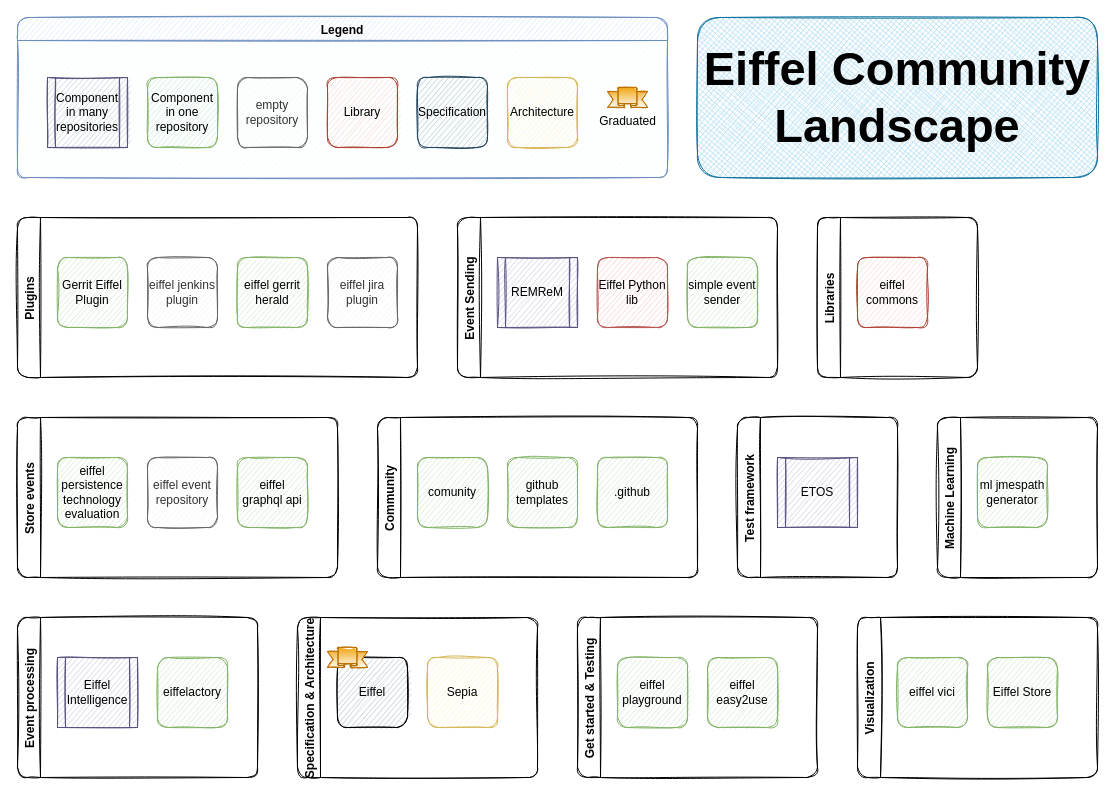
This is landscape/landscape.drawio from eiffel-community/eiffel-sepia, a draw.io file, before an edit. Source tidied: cells renumbered, new cells numbered last; positions are measured from the earlier drawing's top-left corner, leaving out a move shared by most shapes. Both pictures are drawn from the tidied source at 100%, with x=0, y=0 at pixel (17, 17).
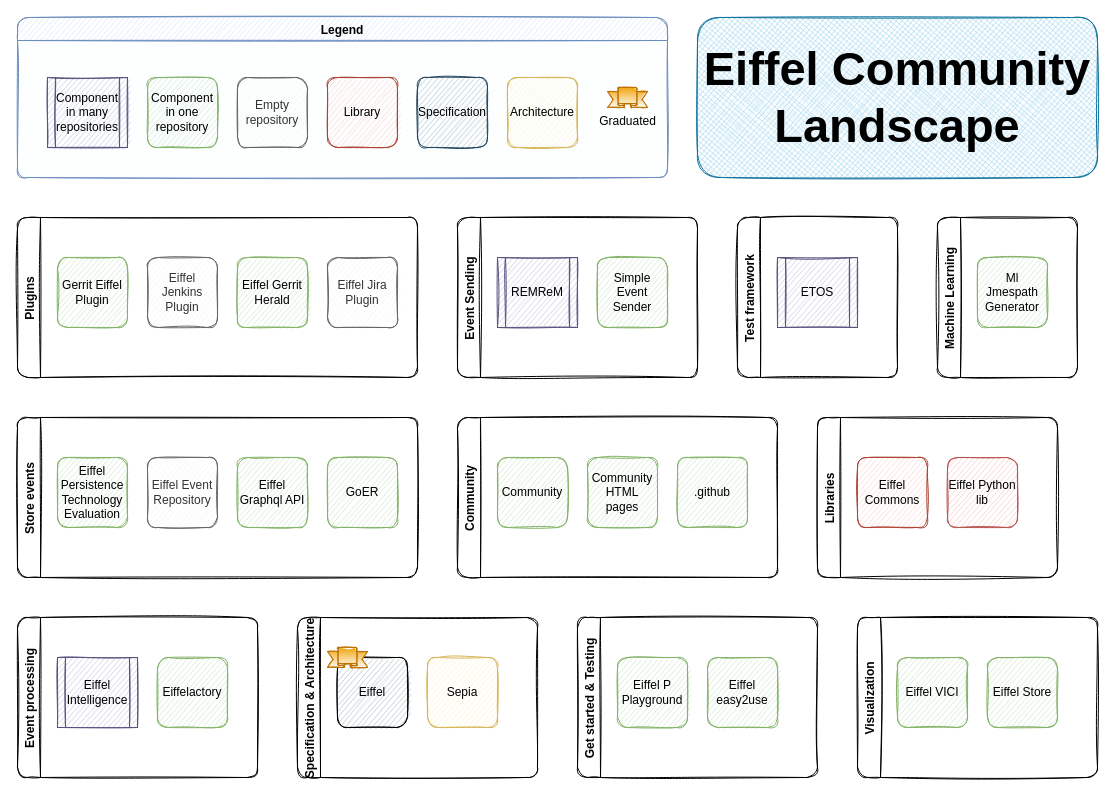
The same page after the edit.

Commit message (it also covers changes not shown here):
Fix capitalization and add GoER

The change refers to these unchanged cells:
```xml
<mxCell id="7" value="Plugins" style="swimlane;horizontal=0;rounded=1;sketch=1;" parent="1" vertex="1">
  <mxGeometry y="200" width="400" height="160" as="geometry" />
</mxCell>
<mxCell id="19" value="Get started &amp; Testing" style="swimlane;horizontal=0;rounded=1;sketch=1;" parent="1" vertex="1">
  <mxGeometry x="560" y="600" width="240" height="160" as="geometry" />
</mxCell>
<mxCell id="24" value="Visualization" style="swimlane;horizontal=0;rounded=1;sketch=1;" parent="1" vertex="1">
  <mxGeometry x="840" y="600" width="240" height="160" as="geometry" />
</mxCell>
<mxCell id="27" value="Event processing" style="swimlane;horizontal=0;rounded=1;sketch=1;" parent="1" vertex="1">
  <mxGeometry y="600" width="240" height="160" as="geometry" />
</mxCell>
<mxCell id="38" value="Legend" style="swimlane;rounded=1;sketch=1;glass=0;shadow=0;fillColor=#dae8fc;strokeColor=#6c8ebf;swimlaneFillColor=#F0FCFF;" parent="1" vertex="1">
  <mxGeometry width="650" height="160" as="geometry" />
</mxCell>
```

Change to the diagram source:
```diff
@@
     <mxCell id="3" value="Store events" style="swimlane;horizontal=0;rounded=1;sketch=1;" parent="1" vertex="1">
-      <mxGeometry y="400" width="320" height="160" as="geometry" />
+      <mxGeometry y="400" width="400" height="160" as="geometry" />
     </mxCell>
-    <mxCell id="4" value="eiffel persistence technology evaluation" style="whiteSpace=wrap;html=1;sketch=1;rounded=1;fillColor=#d5e8d4;strokeColor=#82b366;" parent="3" vertex="1">
+    <mxCell id="4" value="Eiffel Persistence Technology Evaluation" style="whiteSpace=wrap;html=1;sketch=1;rounded=1;fillColor=#d5e8d4;strokeColor=#82b366;" parent="3" vertex="1">
       <mxGeometry x="40" y="40" width="70" height="70" as="geometry" />
     </mxCell>
-    <mxCell id="5" value="eiffel event repository" style="whiteSpace=wrap;html=1;sketch=1;rounded=1;fillColor=#f5f5f5;strokeColor=#666666;fontColor=#333333;" parent="3" vertex="1">
+    <mxCell id="5" value="Eiffel Event Repository" style="whiteSpace=wrap;html=1;sketch=1;rounded=1;fillColor=#f5f5f5;strokeColor=#666666;fontColor=#333333;" parent="3" vertex="1">
       <mxGeometry x="130" y="40" width="70" height="70" as="geometry" />
     </mxCell>
-    <mxCell id="6" value="eiffel graphql api" style="whiteSpace=wrap;html=1;sketch=1;rounded=1;fillColor=#d5e8d4;strokeColor=#82b366;" parent="3" vertex="1">
+    <mxCell id="6" value="Eiffel Graphql API" style="whiteSpace=wrap;html=1;sketch=1;rounded=1;fillColor=#d5e8d4;strokeColor=#82b366;" parent="3" vertex="1">
       <mxGeometry x="220" y="40" width="70" height="70" as="geometry" />
     </mxCell>
+    <mxCell id="47" value="GoER" style="whiteSpace=wrap;html=1;sketch=1;rounded=1;fillColor=#d5e8d4;strokeColor=#82b366;" parent="3" vertex="1">
+      <mxGeometry x="310" y="40" width="70" height="70" as="geometry" />
+    </mxCell>
@@
-    <mxCell id="9" value="eiffel gerrit herald" style="whiteSpace=wrap;html=1;sketch=1;rounded=1;fillColor=#d5e8d4;strokeColor=#82b366;" parent="7" vertex="1">
+    <mxCell id="9" value="Eiffel Gerrit Herald" style="whiteSpace=wrap;html=1;sketch=1;rounded=1;fillColor=#d5e8d4;strokeColor=#82b366;" parent="7" vertex="1">
       <mxGeometry x="220" y="40" width="70" height="70" as="geometry" />
     </mxCell>
-    <mxCell id="10" value="eiffel jenkins plugin" style="whiteSpace=wrap;html=1;sketch=1;rounded=1;fillColor=#f5f5f5;strokeColor=#666666;fontColor=#333333;" parent="7" vertex="1">
+    <mxCell id="10" value="Eiffel Jenkins Plugin" style="whiteSpace=wrap;html=1;sketch=1;rounded=1;fillColor=#f5f5f5;strokeColor=#666666;fontColor=#333333;" parent="7" vertex="1">
       <mxGeometry x="130" y="40" width="70" height="70" as="geometry" />
     </mxCell>
-    <mxCell id="11" value="eiffel jira plugin" style="whiteSpace=wrap;html=1;sketch=1;rounded=1;fillColor=#f5f5f5;strokeColor=#666666;fontColor=#333333;" parent="7" vertex="1">
+    <mxCell id="11" value="Eiffel Jira Plugin" style="whiteSpace=wrap;html=1;sketch=1;rounded=1;fillColor=#f5f5f5;strokeColor=#666666;fontColor=#333333;" parent="7" vertex="1">
       <mxGeometry x="310" y="40" width="70" height="70" as="geometry" />
     </mxCell>
@@
     <mxCell id="15" value="Event Sending" style="swimlane;horizontal=0;rounded=1;sketch=1;glass=0;shadow=0;" parent="1" vertex="1">
-      <mxGeometry x="440" y="200" width="320" height="160" as="geometry" />
+      <mxGeometry x="440" y="200" width="240" height="160" as="geometry" />
     </mxCell>
@@
-    <mxCell id="17" value="&lt;div&gt;Eiffel Python lib&lt;/div&gt;" style="whiteSpace=wrap;html=1;sketch=1;rounded=1;fillColor=#f8cecc;strokeColor=#b85450;" parent="15" vertex="1">
-      <mxGeometry x="140" y="40" width="70" height="70" as="geometry" />
-    </mxCell>
-    <mxCell id="18" value="&lt;div&gt;simple event sender &lt;br&gt;&lt;/div&gt;" style="whiteSpace=wrap;html=1;sketch=1;rounded=1;fillColor=#d5e8d4;strokeColor=#82b366;" parent="15" vertex="1">
-      <mxGeometry x="230" y="40" width="70" height="70" as="geometry" />
+    <mxCell id="18" value="&lt;div&gt;Simple Event Sender &lt;br&gt;&lt;/div&gt;" style="whiteSpace=wrap;html=1;sketch=1;rounded=1;fillColor=#d5e8d4;strokeColor=#82b366;" parent="15" vertex="1">
+      <mxGeometry x="140" y="40" width="70" height="70" as="geometry" />
     </mxCell>
@@
-    <mxCell id="20" value="eiffel playground" style="whiteSpace=wrap;html=1;sketch=1;rounded=1;fillColor=#d5e8d4;strokeColor=#82b366;" parent="19" vertex="1">
+    <mxCell id="20" value="Eiffel P&lt;br&gt;Playground" style="whiteSpace=wrap;html=1;sketch=1;rounded=1;fillColor=#d5e8d4;strokeColor=#82b366;" parent="19" vertex="1">
       <mxGeometry x="40" y="40" width="70" height="70" as="geometry" />
     </mxCell>
-    <mxCell id="21" value="eiffel easy2use" style="whiteSpace=wrap;html=1;sketch=1;rounded=1;fillColor=#d5e8d4;strokeColor=#82b366;" parent="19" vertex="1">
+    <mxCell id="21" value="Eiffel easy2use" style="whiteSpace=wrap;html=1;sketch=1;rounded=1;fillColor=#d5e8d4;strokeColor=#82b366;" parent="19" vertex="1">
       <mxGeometry x="130" y="40" width="70" height="70" as="geometry" />
     </mxCell>
     <mxCell id="22" value="Machine Learning" style="swimlane;horizontal=0;rounded=1;sketch=1;" parent="1" vertex="1">
-      <mxGeometry x="920" y="400" width="160" height="160" as="geometry" />
+      <mxGeometry x="920" y="200" width="140" height="160" as="geometry" />
     </mxCell>
-    <mxCell id="23" value="ml jmespath generator" style="whiteSpace=wrap;html=1;sketch=1;rounded=1;fillColor=#d5e8d4;strokeColor=#82b366;" parent="22" vertex="1">
+    <mxCell id="23" value="Ml Jmespath Generator" style="whiteSpace=wrap;html=1;sketch=1;rounded=1;fillColor=#d5e8d4;strokeColor=#82b366;" parent="22" vertex="1">
       <mxGeometry x="40" y="40" width="70" height="70" as="geometry" />
     </mxCell>
@@
-    <mxCell id="25" value="eiffel vici" style="whiteSpace=wrap;html=1;sketch=1;rounded=1;fillColor=#d5e8d4;strokeColor=#82b366;" parent="24" vertex="1">
+    <mxCell id="25" value="Eiffel VICI" style="whiteSpace=wrap;html=1;sketch=1;rounded=1;fillColor=#d5e8d4;strokeColor=#82b366;" parent="24" vertex="1">
       <mxGeometry x="40" y="40" width="70" height="70" as="geometry" />
     </mxCell>
@@
-    <mxCell id="29" value="eiffelactory" style="whiteSpace=wrap;html=1;sketch=1;rounded=1;fillColor=#d5e8d4;strokeColor=#82b366;" parent="27" vertex="1">
+    <mxCell id="29" value="Eiffelactory" style="whiteSpace=wrap;html=1;sketch=1;rounded=1;fillColor=#d5e8d4;strokeColor=#82b366;" parent="27" vertex="1">
       <mxGeometry x="140" y="40" width="70" height="70" as="geometry" />
     </mxCell>
     <mxCell id="30" value="Test framework" style="swimlane;horizontal=0;rounded=1;sketch=1;" parent="1" vertex="1">
-      <mxGeometry x="720" y="400" width="160" height="160" as="geometry" />
+      <mxGeometry x="720" y="200" width="160" height="160" as="geometry" />
     </mxCell>
@@
     <mxCell id="32" value="Community" style="swimlane;horizontal=0;rounded=1;sketch=1;" parent="1" vertex="1">
-      <mxGeometry x="360" y="400" width="320" height="160" as="geometry" />
+      <mxGeometry x="440" y="400" width="320" height="160" as="geometry" />
     </mxCell>
-    <mxCell id="33" value="comunity" style="whiteSpace=wrap;html=1;sketch=1;rounded=1;fillColor=#d5e8d4;strokeColor=#82b366;" parent="32" vertex="1">
+    <mxCell id="33" value="Community" style="whiteSpace=wrap;html=1;sketch=1;rounded=1;fillColor=#d5e8d4;strokeColor=#82b366;" parent="32" vertex="1">
       <mxGeometry x="40" y="40" width="70" height="70" as="geometry" />
     </mxCell>
-    <mxCell id="34" value="github templates" style="whiteSpace=wrap;html=1;sketch=1;rounded=1;fillColor=#d5e8d4;strokeColor=#82b366;" parent="32" vertex="1">
+    <mxCell id="34" value="Community HTML pages" style="whiteSpace=wrap;html=1;sketch=1;rounded=1;fillColor=#d5e8d4;strokeColor=#82b366;" parent="32" vertex="1">
       <mxGeometry x="130" y="40" width="70" height="70" as="geometry" />
     </mxCell>
@@
     <mxCell id="36" value="Libraries" style="swimlane;horizontal=0;rounded=1;sketch=1;" parent="1" vertex="1">
-      <mxGeometry x="800" y="200" width="160" height="160" as="geometry" />
+      <mxGeometry x="800" y="400" width="240" height="160" as="geometry" />
     </mxCell>
-    <mxCell id="37" value="eiffel commons" style="whiteSpace=wrap;html=1;sketch=1;rounded=1;fillColor=#fad9d5;strokeColor=#ae4132;" parent="36" vertex="1">
+    <mxCell id="37" value="Eiffel Commons" style="whiteSpace=wrap;html=1;sketch=1;rounded=1;fillColor=#fad9d5;strokeColor=#ae4132;" parent="36" vertex="1">
       <mxGeometry x="40" y="40" width="70" height="70" as="geometry" />
     </mxCell>
+    <mxCell id="17" value="&lt;div&gt;Eiffel Python lib&lt;/div&gt;" style="whiteSpace=wrap;html=1;sketch=1;rounded=1;fillColor=#f8cecc;strokeColor=#b85450;" parent="36" vertex="1">
+      <mxGeometry x="130" y="40" width="70" height="70" as="geometry" />
+    </mxCell>
@@
-    <mxCell id="41" value="empty repository" style="whiteSpace=wrap;html=1;sketch=1;rounded=1;fillColor=#f5f5f5;strokeColor=#666666;fontColor=#333333;" parent="38" vertex="1">
+    <mxCell id="41" value="Empty repository" style="whiteSpace=wrap;html=1;sketch=1;rounded=1;fillColor=#f5f5f5;strokeColor=#666666;fontColor=#333333;" parent="38" vertex="1">
       <mxGeometry x="220" y="60" width="70" height="70" as="geometry" />
     </mxCell>
```
